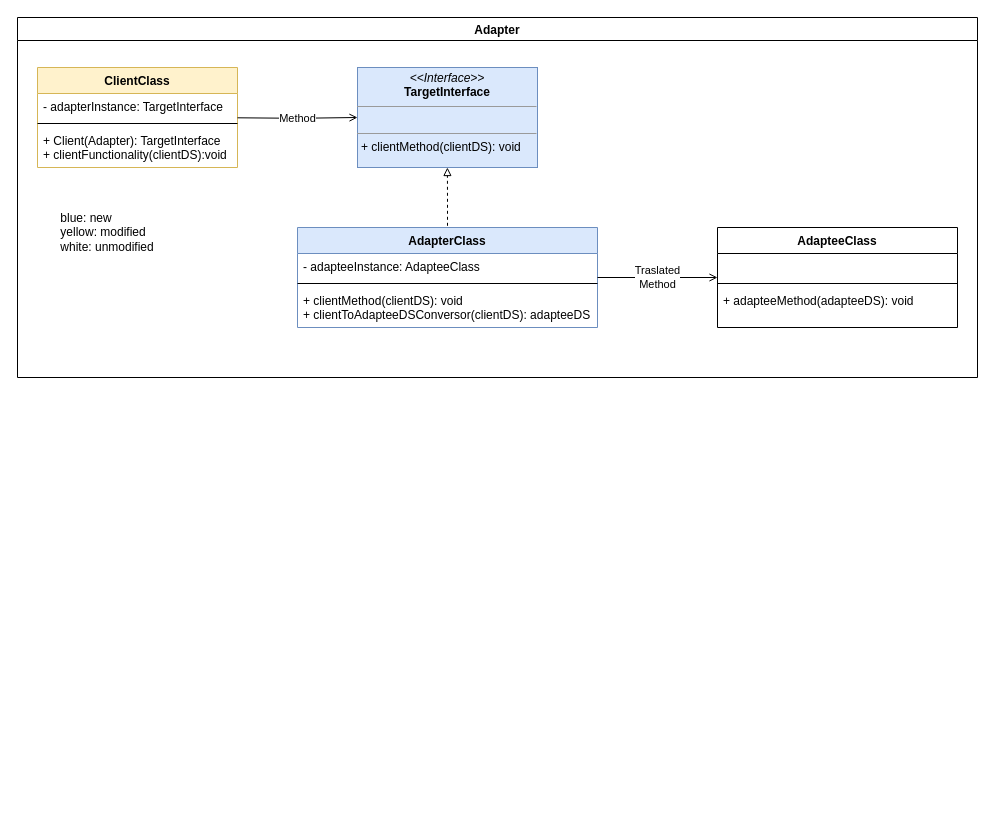
This is page "Structural" (2 of 3) of uploads/DesignPatternDiagrams.drawio from LuisCarlosRojasTorres/NetCore-DesignPatterns, a draw.io file, before an edit. Source tidied: cells renumbered, new cells numbered last; positions are measured from the earlier drawing's top-left corner, leaving out a move shared by most shapes. Both pictures are drawn from the tidied source at 100%, with x=0, y=0 at pixel (17, 17).
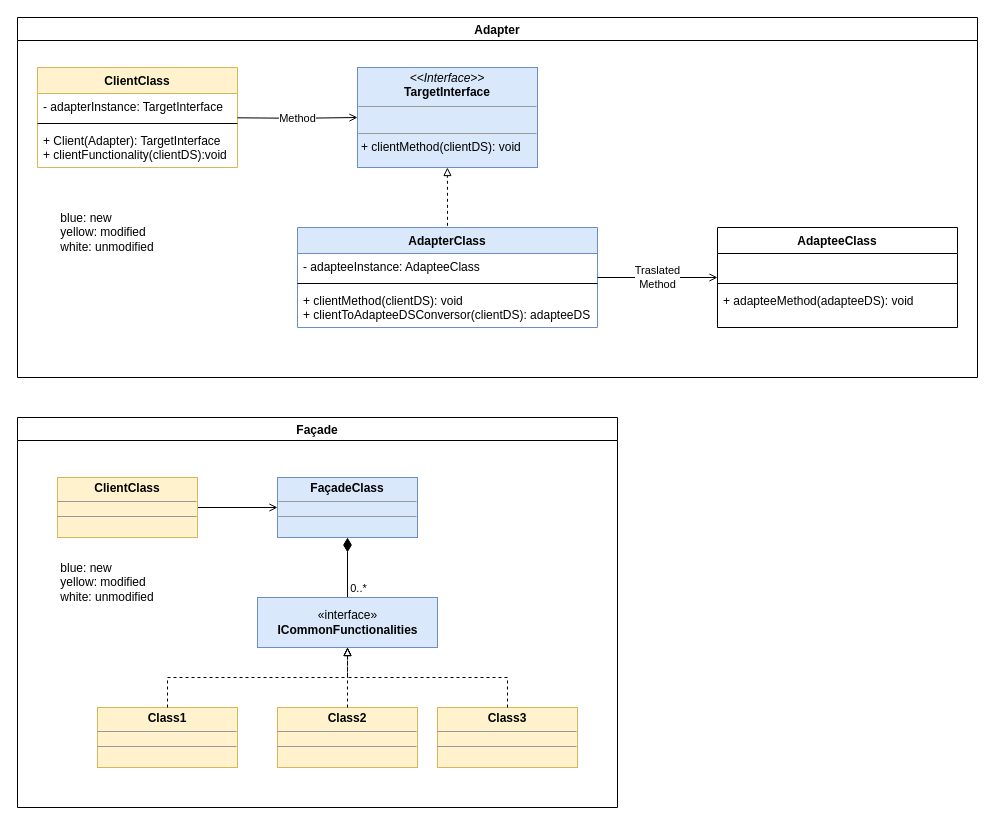
After the change.

Commit message (it also covers changes not shown here):
Facade Design Pattern

Change to the diagram source:
```diff
@@
+    <mxCell id="20" value="Façade" style="swimlane;" parent="1" vertex="1">
+      <mxGeometry y="400" width="600" height="390" as="geometry" />
+    </mxCell>
+    <mxCell id="21" value="&lt;div style=&quot;text-align: left;&quot;&gt;&lt;span style=&quot;background-color: initial;&quot;&gt;blue: new&amp;nbsp;&lt;/span&gt;&lt;/div&gt;&lt;div style=&quot;text-align: left;&quot;&gt;&lt;span style=&quot;background-color: initial;&quot;&gt;yellow: modified&lt;/span&gt;&lt;/div&gt;&lt;div style=&quot;text-align: left;&quot;&gt;&lt;span style=&quot;background-color: initial;&quot;&gt;white: unmodified&lt;/span&gt;&lt;/div&gt;" style="text;html=1;strokeColor=none;fillColor=none;align=center;verticalAlign=middle;whiteSpace=wrap;rounded=0;" parent="20" vertex="1">
+      <mxGeometry x="40" y="150" width="100" height="30" as="geometry" />
+    </mxCell>
+    <mxCell id="22" style="edgeStyle=orthogonalEdgeStyle;rounded=0;jettySize=auto;html=1;exitX=1;exitY=0.5;exitDx=0;exitDy=0;entryX=0;entryY=0.5;entryDx=0;entryDy=0;endArrow=open;endFill=0;" parent="20" edge="1" source="32" target="31">
+      <mxGeometry relative="1" as="geometry" />
+    </mxCell>
+    <mxCell id="23" style="edgeStyle=orthogonalEdgeStyle;rounded=0;jettySize=auto;html=1;endArrow=diamondThin;endFill=1;endSize=12;" parent="20" edge="1" source="25" target="31">
+      <mxGeometry relative="1" as="geometry" />
+    </mxCell>
+    <mxCell id="24" value="0..*" style="edgeLabel;html=1;align=center;verticalAlign=middle;" parent="23" vertex="1">
+      <mxGeometry x="0.34" y="2" relative="1" as="geometry">
+        <mxPoint x="12" y="30" as="offset" />
+      </mxGeometry>
+    </mxCell>
+    <mxCell id="25" value="«interface»&lt;br&gt;&lt;b&gt;ICommonFunctionalities&lt;/b&gt;" style="html=1;fillColor=#dae8fc;strokeColor=#6c8ebf;" parent="20" vertex="1">
+      <mxGeometry x="240" y="180" width="180" height="50" as="geometry" />
+    </mxCell>
+    <mxCell id="26" value="&lt;p style=&quot;margin:0px;margin-top:4px;text-align:center;&quot;&gt;&lt;b&gt;Class1&lt;/b&gt;&lt;/p&gt;&lt;hr size=&quot;1&quot;&gt;&lt;div style=&quot;height:2px;&quot;&gt;&lt;/div&gt;&lt;hr size=&quot;1&quot;&gt;&lt;div style=&quot;height:2px;&quot;&gt;&lt;/div&gt;" style="verticalAlign=top;align=left;overflow=fill;fontSize=12;fontFamily=Helvetica;html=1;fillColor=#fff2cc;strokeColor=#d6b656;" parent="20" vertex="1">
+      <mxGeometry x="80" y="290" width="140" height="60" as="geometry" />
+    </mxCell>
+    <mxCell id="27" style="edgeStyle=orthogonalEdgeStyle;rounded=0;jettySize=auto;html=1;entryX=0.5;entryY=1;entryDx=0;entryDy=0;endArrow=block;endFill=0;dashed=1;exitX=0.5;exitY=0;exitDx=0;exitDy=0;" parent="20" edge="1" source="26" target="25">
+      <mxGeometry relative="1" as="geometry" />
+    </mxCell>
+    <mxCell id="28" value="&lt;p style=&quot;margin:0px;margin-top:4px;text-align:center;&quot;&gt;&lt;b&gt;Class2&lt;/b&gt;&lt;/p&gt;&lt;hr size=&quot;1&quot;&gt;&lt;div style=&quot;height:2px;&quot;&gt;&lt;/div&gt;&lt;hr size=&quot;1&quot;&gt;&lt;div style=&quot;height:2px;&quot;&gt;&lt;/div&gt;" style="verticalAlign=top;align=left;overflow=fill;fontSize=12;fontFamily=Helvetica;html=1;fillColor=#fff2cc;strokeColor=#d6b656;" parent="20" vertex="1">
+      <mxGeometry x="260" y="290" width="140" height="60" as="geometry" />
+    </mxCell>
+    <mxCell id="29" value="&lt;p style=&quot;margin:0px;margin-top:4px;text-align:center;&quot;&gt;&lt;b&gt;Class3&lt;/b&gt;&lt;/p&gt;&lt;hr size=&quot;1&quot;&gt;&lt;div style=&quot;height:2px;&quot;&gt;&lt;/div&gt;&lt;hr size=&quot;1&quot;&gt;&lt;div style=&quot;height:2px;&quot;&gt;&lt;/div&gt;" style="verticalAlign=top;align=left;overflow=fill;fontSize=12;fontFamily=Helvetica;html=1;fillColor=#fff2cc;strokeColor=#d6b656;" parent="20" vertex="1">
+      <mxGeometry x="420" y="290" width="140" height="60" as="geometry" />
+    </mxCell>
+    <mxCell id="30" style="edgeStyle=orthogonalEdgeStyle;rounded=0;jettySize=auto;html=1;endArrow=block;endFill=0;dashed=1;exitX=0.5;exitY=0;exitDx=0;exitDy=0;" parent="20" edge="1" source="29" target="25">
+      <mxGeometry relative="1" as="geometry" />
+    </mxCell>
+    <mxCell id="31" value="&lt;p style=&quot;margin:0px;margin-top:4px;text-align:center;&quot;&gt;&lt;b&gt;FaçadeClass&lt;/b&gt;&lt;/p&gt;&lt;hr size=&quot;1&quot;&gt;&lt;div style=&quot;height:2px;&quot;&gt;&lt;/div&gt;&lt;hr size=&quot;1&quot;&gt;&lt;div style=&quot;height:2px;&quot;&gt;&lt;/div&gt;" style="verticalAlign=top;align=left;overflow=fill;fontSize=12;fontFamily=Helvetica;html=1;fillColor=#dae8fc;strokeColor=#6c8ebf;" parent="20" vertex="1">
+      <mxGeometry x="260" y="60" width="140" height="60" as="geometry" />
+    </mxCell>
+    <mxCell id="32" value="&lt;p style=&quot;margin:0px;margin-top:4px;text-align:center;&quot;&gt;&lt;b&gt;ClientClass&lt;/b&gt;&lt;/p&gt;&lt;hr size=&quot;1&quot;&gt;&lt;div style=&quot;height:2px;&quot;&gt;&lt;/div&gt;&lt;hr size=&quot;1&quot;&gt;&lt;div style=&quot;height:2px;&quot;&gt;&lt;/div&gt;" style="verticalAlign=top;align=left;overflow=fill;fontSize=12;fontFamily=Helvetica;html=1;fillColor=#fff2cc;strokeColor=#d6b656;" parent="20" vertex="1">
+      <mxGeometry x="40" y="60" width="140" height="60" as="geometry" />
+    </mxCell>
+    <mxCell id="33" style="edgeStyle=orthogonalEdgeStyle;rounded=0;jettySize=auto;html=1;endArrow=block;endFill=0;dashed=1;exitX=0.5;exitY=0;exitDx=0;exitDy=0;" parent="20" edge="1" source="28" target="25">
+      <mxGeometry relative="1" as="geometry" />
+    </mxCell>
```
